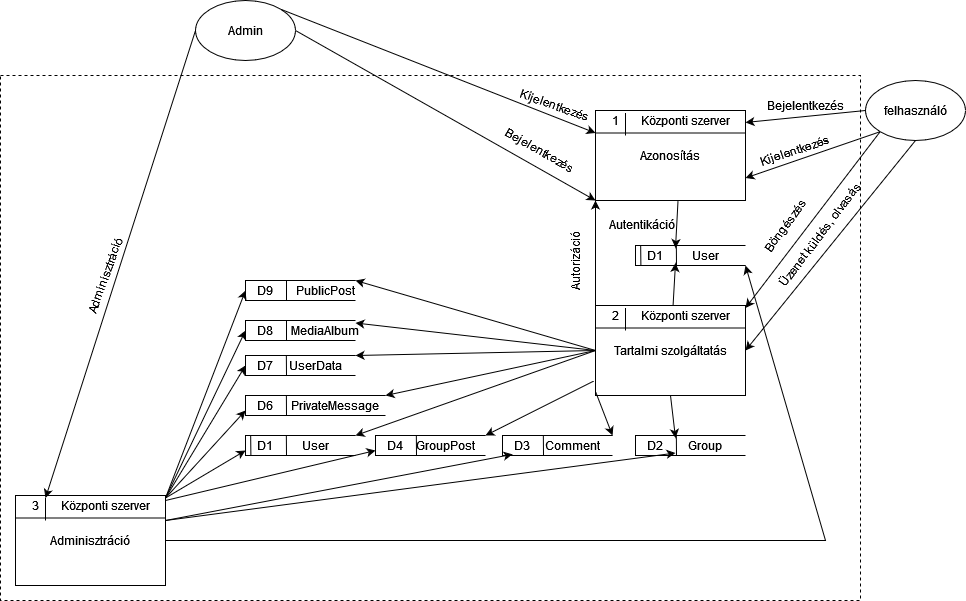
This is documentation/diagrams/adatfolyam diagram.drawio.png from AasinR/post-request, a draw.io export, as it was before one commit. Source tidied: cells renumbered, new cells last; positions are measured from the earlier drawing's top-left corner, leaving out a move shared by most shapes.
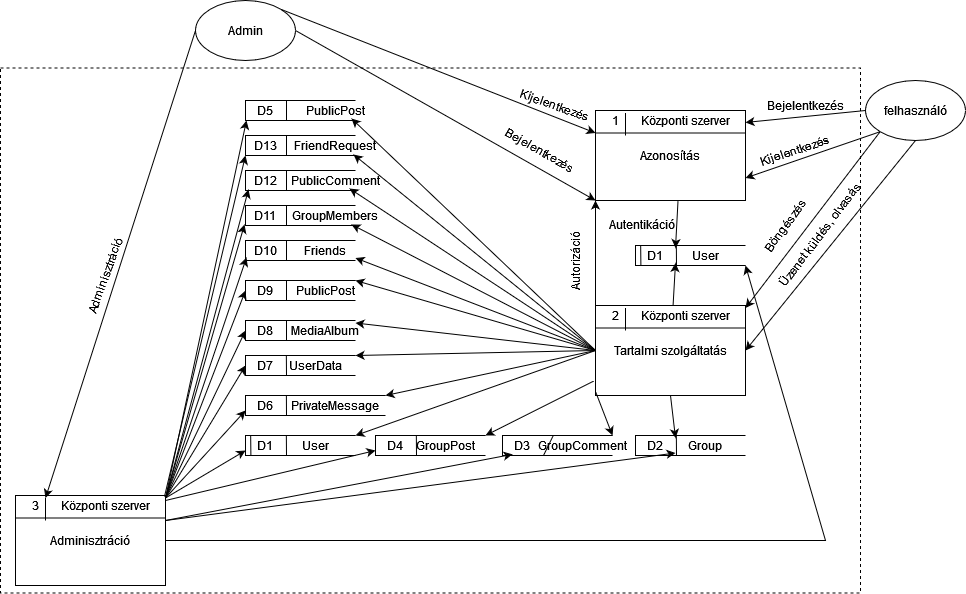
Later version of the same file.

Diff of the diagram source:
```diff
@@ -3,7 +3,7 @@
     <mxCell id="0" />
     <mxCell id="1" parent="0" />
     <mxCell id="2" style="rounded=0;whiteSpace=wrap;html=1;fontSize=12;strokeWidth=1;fillColor=none;dashed=1;" parent="1" vertex="1">
-      <mxGeometry y="75" width="860" height="525" as="geometry" />
+      <mxGeometry y="67.5" width="860" height="525" as="geometry" />
     </mxCell>
     <mxCell id="3" value="&lt;div&gt;felhasználó&lt;/div&gt;" style="ellipse;whiteSpace=wrap;html=1;" parent="1" vertex="1">
       <mxGeometry x="865" y="80" width="100" height="60" as="geometry" />
@@ -98,8 +98,8 @@
     <mxCell id="31" value="D3" style="text;html=1;strokeColor=none;fillColor=none;align=center;verticalAlign=middle;whiteSpace=wrap;rounded=0;" parent="1" vertex="1">
       <mxGeometry x="492" y="430" width="60" height="30" as="geometry" />
     </mxCell>
-    <mxCell id="32" value="&lt;div&gt;Comment&lt;/div&gt;" style="text;html=1;strokeColor=none;fillColor=none;align=center;verticalAlign=middle;whiteSpace=wrap;rounded=0;" parent="1" vertex="1">
-      <mxGeometry x="542" y="430" width="60" height="30" as="geometry" />
+    <mxCell id="32" value="GroupComment" style="text;html=1;strokeColor=none;fillColor=none;align=center;verticalAlign=middle;whiteSpace=wrap;rounded=0;" parent="1" vertex="1">
+      <mxGeometry x="552" y="430" width="60" height="30" as="geometry" />
     </mxCell>
     <mxCell id="33" style="strokeWidth=1;html=1;shape=mxgraph.flowchart.annotation_1;align=left;fillColor=#FFFFFF;" parent="1" vertex="1">
       <mxGeometry x="375" y="435" width="110" height="20" as="geometry" />
@@ -319,5 +319,129 @@
     <mxCell id="93" style="endArrow=none;html=1;rounded=0;entryX=0.047;entryY=0.01;entryDx=0;entryDy=0;entryPerimeter=0;exitX=0.049;exitY=0.992;exitDx=0;exitDy=0;exitPerimeter=0;" parent="1" edge="1" source="89" target="89">
       <mxGeometry relative="1" as="geometry" />
     </mxCell>
+    <mxCell id="94" style="strokeWidth=1;html=1;shape=mxgraph.flowchart.annotation_1;align=left;fillColor=#FFFFFF;" parent="1" vertex="1">
+      <mxGeometry x="245" y="240" width="110" height="20" as="geometry" />
+    </mxCell>
+    <mxCell id="95" style="endArrow=none;html=1;rounded=0;" parent="1" edge="1">
+      <mxGeometry relative="1" as="geometry">
+        <mxPoint x="286" y="260" as="sourcePoint" />
+        <mxPoint x="286" y="240" as="targetPoint" />
+      </mxGeometry>
+    </mxCell>
+    <mxCell id="96" value="&lt;div&gt;D10&lt;/div&gt;" style="text;html=1;strokeColor=none;fillColor=none;align=center;verticalAlign=middle;whiteSpace=wrap;rounded=0;" parent="1" vertex="1">
+      <mxGeometry x="235" y="235" width="60" height="30" as="geometry" />
+    </mxCell>
+    <mxCell id="97" value="&lt;div&gt;Friends&lt;/div&gt;" style="text;html=1;strokeColor=none;fillColor=none;align=center;verticalAlign=middle;whiteSpace=wrap;rounded=0;" parent="1" vertex="1">
+      <mxGeometry x="295" y="235" width="60" height="30" as="geometry" />
+    </mxCell>
+    <mxCell id="98" style="strokeWidth=1;html=1;shape=mxgraph.flowchart.annotation_1;align=left;fillColor=#FFFFFF;" parent="1" vertex="1">
+      <mxGeometry x="245" y="205" width="110" height="20" as="geometry" />
+    </mxCell>
+    <mxCell id="99" style="endArrow=none;html=1;rounded=0;" parent="1" edge="1">
+      <mxGeometry relative="1" as="geometry">
+        <mxPoint x="286" y="225" as="sourcePoint" />
+        <mxPoint x="286" y="205" as="targetPoint" />
+      </mxGeometry>
+    </mxCell>
+    <mxCell id="100" value="&lt;div&gt;D11&lt;/div&gt;" style="text;html=1;strokeColor=none;fillColor=none;align=center;verticalAlign=middle;whiteSpace=wrap;rounded=0;" parent="1" vertex="1">
+      <mxGeometry x="235" y="200" width="60" height="30" as="geometry" />
+    </mxCell>
+    <mxCell id="101" value="GroupMembers" style="text;html=1;strokeColor=none;fillColor=none;align=center;verticalAlign=middle;whiteSpace=wrap;rounded=0;" parent="1" vertex="1">
+      <mxGeometry x="305" y="200" width="60" height="30" as="geometry" />
+    </mxCell>
+    <mxCell id="102" style="strokeWidth=1;html=1;shape=mxgraph.flowchart.annotation_1;align=left;fillColor=#FFFFFF;" parent="1" vertex="1">
+      <mxGeometry x="245" y="170" width="110" height="20" as="geometry" />
+    </mxCell>
+    <mxCell id="103" style="endArrow=none;html=1;rounded=0;" parent="1" edge="1">
+      <mxGeometry relative="1" as="geometry">
+        <mxPoint x="286" y="190" as="sourcePoint" />
+        <mxPoint x="286" y="170" as="targetPoint" />
+      </mxGeometry>
+    </mxCell>
+    <mxCell id="104" value="&lt;div&gt;D12&lt;/div&gt;" style="text;html=1;strokeColor=none;fillColor=none;align=center;verticalAlign=middle;whiteSpace=wrap;rounded=0;" parent="1" vertex="1">
+      <mxGeometry x="235" y="165" width="60" height="30" as="geometry" />
+    </mxCell>
+    <mxCell id="105" value="PublicComment" style="text;html=1;strokeColor=none;fillColor=none;align=center;verticalAlign=middle;whiteSpace=wrap;rounded=0;" parent="1" vertex="1">
+      <mxGeometry x="305" y="165" width="60" height="30" as="geometry" />
+    </mxCell>
+    <mxCell id="106" style="strokeWidth=1;html=1;shape=mxgraph.flowchart.annotation_1;align=left;fillColor=#FFFFFF;" parent="1" vertex="1">
+      <mxGeometry x="245" y="135" width="110" height="20" as="geometry" />
+    </mxCell>
+    <mxCell id="107" style="endArrow=none;html=1;rounded=0;" parent="1" edge="1">
+      <mxGeometry relative="1" as="geometry">
+        <mxPoint x="286" y="155" as="sourcePoint" />
+        <mxPoint x="286" y="135" as="targetPoint" />
+      </mxGeometry>
+    </mxCell>
+    <mxCell id="108" value="&lt;div&gt;D13&lt;/div&gt;" style="text;html=1;strokeColor=none;fillColor=none;align=center;verticalAlign=middle;whiteSpace=wrap;rounded=0;" parent="1" vertex="1">
+      <mxGeometry x="235" y="130" width="60" height="30" as="geometry" />
+    </mxCell>
+    <mxCell id="109" value="FriendRequest" style="text;html=1;strokeColor=none;fillColor=none;align=center;verticalAlign=middle;whiteSpace=wrap;rounded=0;" parent="1" vertex="1">
+      <mxGeometry x="305" y="130" width="60" height="30" as="geometry" />
+    </mxCell>
+    <mxCell id="110" style="strokeWidth=1;html=1;shape=mxgraph.flowchart.annotation_1;align=left;fillColor=#FFFFFF;" parent="1" vertex="1">
+      <mxGeometry x="245" y="100" width="110" height="20" as="geometry" />
+    </mxCell>
+    <mxCell id="111" style="endArrow=none;html=1;rounded=0;" parent="1" edge="1">
+      <mxGeometry relative="1" as="geometry">
+        <mxPoint x="286" y="120" as="sourcePoint" />
+        <mxPoint x="286" y="100" as="targetPoint" />
+      </mxGeometry>
+    </mxCell>
+    <mxCell id="112" value="&lt;div&gt;D5&lt;/div&gt;" style="text;html=1;strokeColor=none;fillColor=none;align=center;verticalAlign=middle;whiteSpace=wrap;rounded=0;" parent="1" vertex="1">
+      <mxGeometry x="235" y="95" width="60" height="30" as="geometry" />
+    </mxCell>
+    <mxCell id="113" value="PublicPost" style="text;html=1;strokeColor=none;fillColor=none;align=center;verticalAlign=middle;whiteSpace=wrap;rounded=0;" parent="1" vertex="1">
+      <mxGeometry x="305" y="95" width="60" height="30" as="geometry" />
+    </mxCell>
+    <mxCell id="114" style="endArrow=classic;html=1;rounded=0;exitX=0;exitY=0.5;exitDx=0;exitDy=0;entryX=1;entryY=0.75;entryDx=0;entryDy=0;" parent="1" edge="1" source="14" target="97">
+      <mxGeometry relative="1" as="geometry" />
+    </mxCell>
+    <mxCell id="115" style="endArrow=classic;html=1;rounded=0;exitX=0;exitY=0.5;exitDx=0;exitDy=0;" parent="1" edge="1" source="14">
+      <mxGeometry relative="1" as="geometry">
+        <mxPoint x="351" y="224" as="targetPoint" />
+      </mxGeometry>
+    </mxCell>
+    <mxCell id="116" style="endArrow=classic;html=1;rounded=0;exitX=0;exitY=0.5;exitDx=0;exitDy=0;" parent="1" edge="1" source="14">
+      <mxGeometry relative="1" as="geometry">
+        <mxPoint x="349" y="188" as="targetPoint" />
+      </mxGeometry>
+    </mxCell>
+    <mxCell id="117" style="endArrow=classic;html=1;rounded=0;exitX=0;exitY=0.5;exitDx=0;exitDy=0;" parent="1" edge="1" source="14">
+      <mxGeometry relative="1" as="geometry">
+        <mxPoint x="353" y="154" as="targetPoint" />
+      </mxGeometry>
+    </mxCell>
+    <mxCell id="118" style="endArrow=classic;html=1;rounded=0;exitX=0;exitY=0.5;exitDx=0;exitDy=0;" parent="1" edge="1" source="14">
+      <mxGeometry relative="1" as="geometry">
+        <mxPoint x="351" y="118" as="targetPoint" />
+      </mxGeometry>
+    </mxCell>
+    <mxCell id="119" style="endArrow=classic;html=1;rounded=0;exitX=1;exitY=0.25;exitDx=0;exitDy=0;" parent="1" edge="1" source="73">
+      <mxGeometry relative="1" as="geometry">
+        <mxPoint x="246" y="257" as="targetPoint" />
+      </mxGeometry>
+    </mxCell>
+    <mxCell id="120" style="endArrow=classic;html=1;rounded=0;exitX=1;exitY=0.25;exitDx=0;exitDy=0;" parent="1" edge="1" source="73">
+      <mxGeometry relative="1" as="geometry">
+        <mxPoint x="244" y="224" as="targetPoint" />
+      </mxGeometry>
+    </mxCell>
+    <mxCell id="121" style="endArrow=classic;html=1;rounded=0;exitX=1;exitY=0.25;exitDx=0;exitDy=0;" parent="1" edge="1" source="73">
+      <mxGeometry relative="1" as="geometry">
+        <mxPoint x="248" y="189" as="targetPoint" />
+      </mxGeometry>
+    </mxCell>
+    <mxCell id="122" style="endArrow=classic;html=1;rounded=0;" parent="1" edge="1">
+      <mxGeometry relative="1" as="geometry">
+        <mxPoint x="164" y="496" as="sourcePoint" />
+        <mxPoint x="245" y="155" as="targetPoint" />
+      </mxGeometry>
+    </mxCell>
+    <mxCell id="123" style="endArrow=classic;html=1;rounded=0;exitX=1;exitY=0.25;exitDx=0;exitDy=0;" parent="1" edge="1" source="73">
+      <mxGeometry relative="1" as="geometry">
+        <mxPoint x="246" y="120" as="targetPoint" />
+      </mxGeometry>
+    </mxCell>
   </root>
 </mxGraphModel>
```
